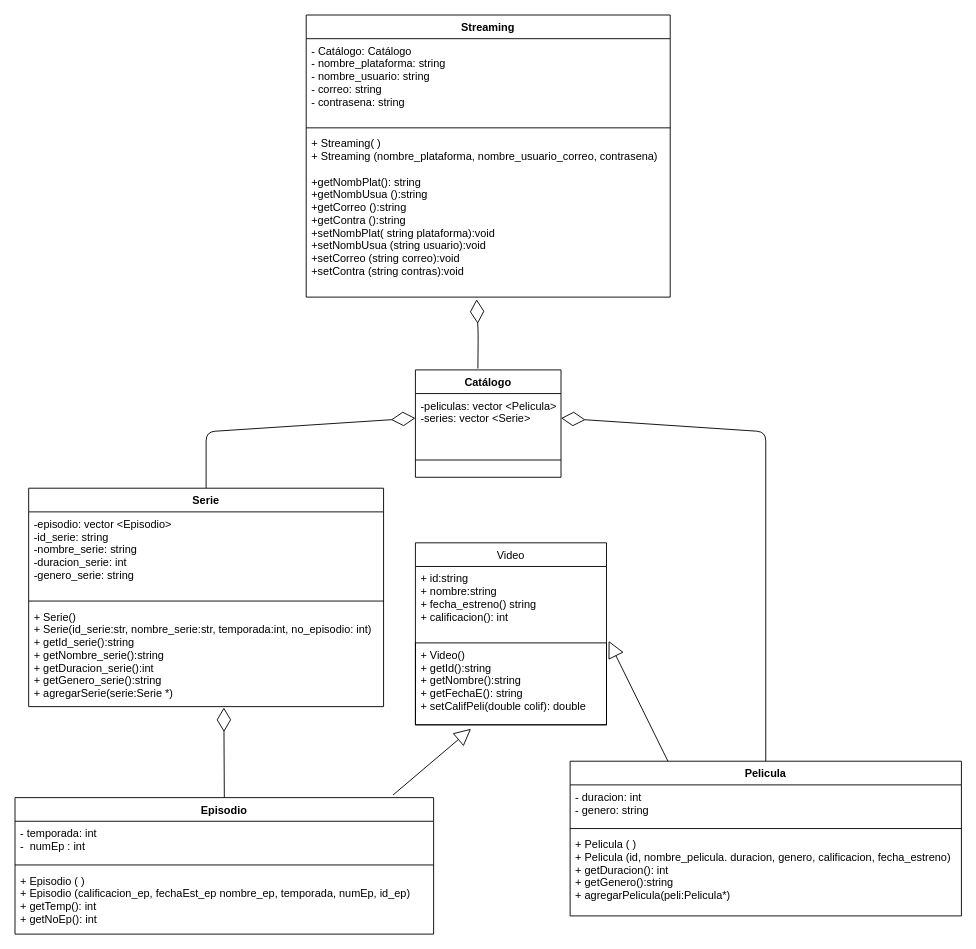
Before: page "UML herencia" (2 of 2) of streaming.drawio in rosafigueroaA01748086/proyectointegrador-A01748800, a draw.io diagram. Source tidied: cells renumbered, new cells numbered last; positions are measured from the earlier drawing's top-left corner, leaving out a move shared by most shapes. Both pictures are drawn from the tidied source at 91%, with x=0, y=0 at pixel (15, 15).
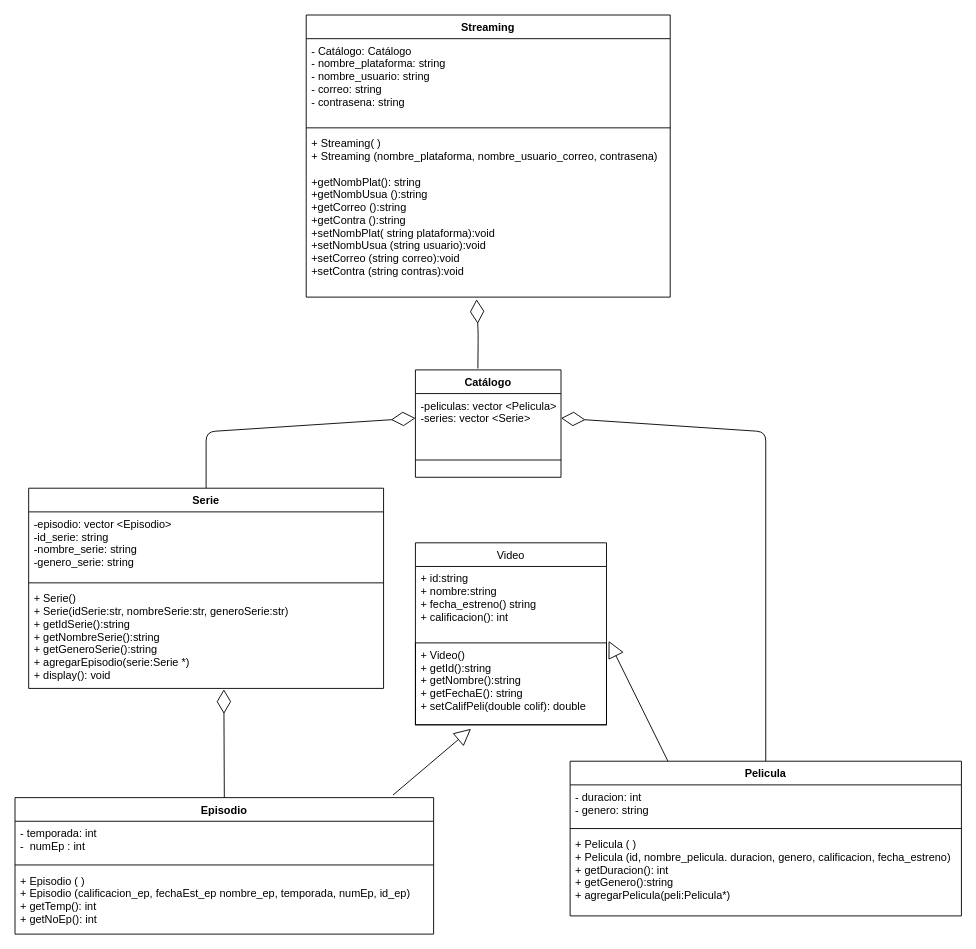
The same diagram, later.

The edit, as a diff of the source:
```diff
@@
     <mxCell id="24" value="Serie" style="swimlane;fontStyle=1;align=center;verticalAlign=top;horizontal=1;startSize=26;" parent="1" vertex="1">
-      <mxGeometry x="15" y="520" width="390" height="240" as="geometry" />
+      <mxGeometry x="15" y="520" width="390" height="220" as="geometry" />
     </mxCell>
-    <mxCell id="25" value="-episodio: vector &lt;Episodio&gt;&#10;-id_serie: string&#10;-nombre_serie: string&#10;-duracion_serie: int&#10;-genero_serie: string" style="text;strokeColor=none;fillColor=none;align=left;verticalAlign=top;spacingLeft=4;spacingRight=4;overflow=hidden;" parent="24" vertex="1">
-      <mxGeometry y="26" width="390" height="94" as="geometry" />
+    <mxCell id="25" value="-episodio: vector &lt;Episodio&gt;&#10;-id_serie: string&#10;-nombre_serie: string&#10;-genero_serie: string" style="text;strokeColor=none;fillColor=none;align=left;verticalAlign=top;spacingLeft=4;spacingRight=4;overflow=hidden;" parent="24" vertex="1">
+      <mxGeometry y="26" width="390" height="74" as="geometry" />
     </mxCell>
     <mxCell id="26" style="line;strokeWidth=1;fillColor=none;align=left;verticalAlign=middle;spacingTop=-1;spacingLeft=3;spacingRight=3;labelPosition=right;" parent="24" vertex="1">
-      <mxGeometry y="120" width="390" height="8" as="geometry" />
+      <mxGeometry y="100" width="390" height="8" as="geometry" />
     </mxCell>
-    <mxCell id="27" value="+ Serie()&#10;+ Serie(id_serie:str, nombre_serie:str, temporada:int, no_episodio: int)&#10;+ getId_serie():string&#10;+ getNombre_serie():string&#10;+ getDuracion_serie():int&#10;+ getGenero_serie():string&#10;+ agregarSerie(serie:Serie *)&#10;" style="text;strokeColor=none;fillColor=none;align=left;verticalAlign=top;spacingLeft=4;spacingRight=4;overflow=hidden;points=[[0,0.5],[1,0.5]];portConstraint=eastwest;" parent="24" vertex="1">
-      <mxGeometry y="128" width="390" height="112" as="geometry" />
+    <mxCell id="27" value="+ Serie()&#10;+ Serie(idSerie:str, nombreSerie:str, generoSerie:str)&#10;+ getIdSerie():string&#10;+ getNombreSerie():string&#10;+ getGeneroSerie():string&#10;+ agregarEpisodio(serie:Serie *)&#10;+ display(): void&#10;" style="text;strokeColor=none;fillColor=none;align=left;verticalAlign=top;spacingLeft=4;spacingRight=4;overflow=hidden;points=[[0,0.5],[1,0.5]];portConstraint=eastwest;" parent="24" vertex="1">
+      <mxGeometry y="108" width="390" height="112" as="geometry" />
     </mxCell>
```
